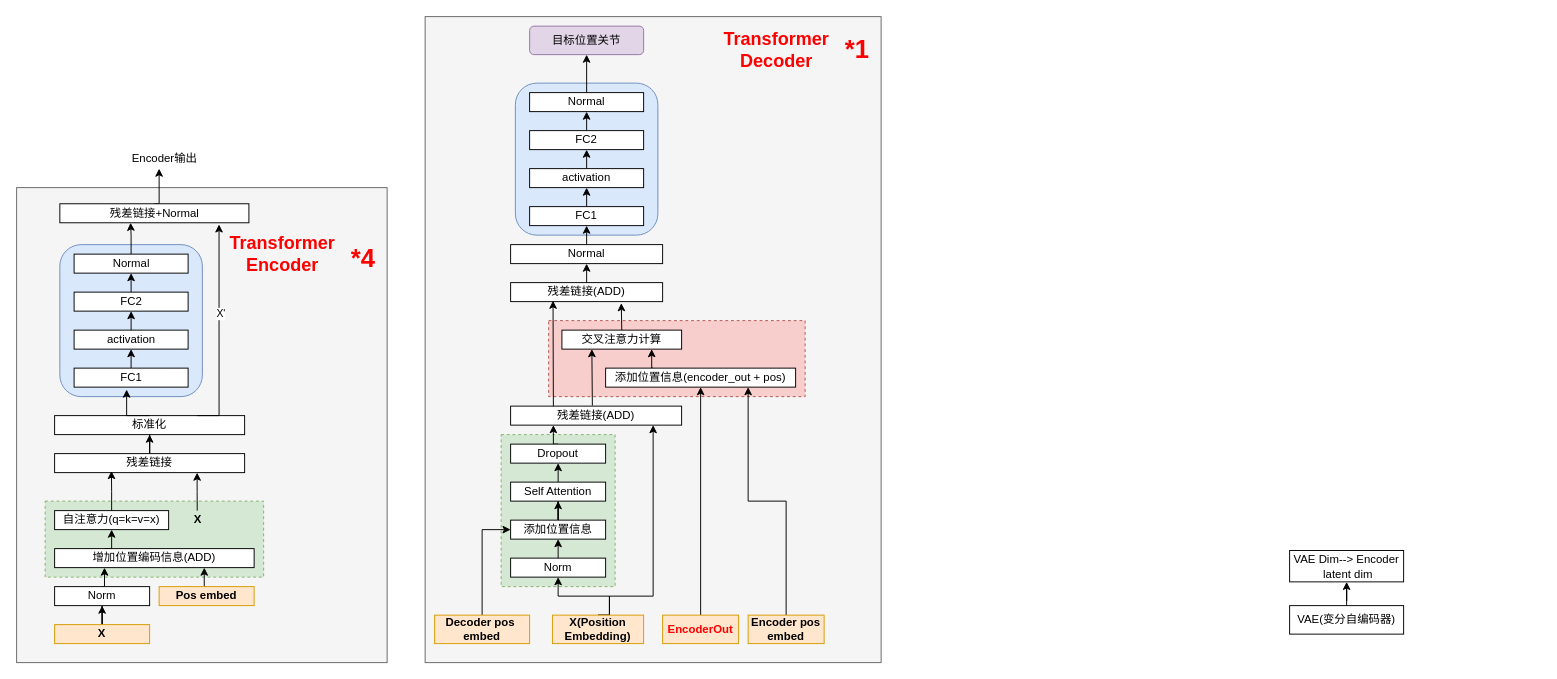
The draw.io diagram LLM/VLA/ACT-源码分析.drawio in mailonghua/drawio, before the edit. Source tidied: cells renumbered, new cells numbered last; positions are measured from the earlier drawing's top-left corner, leaving out a move shared by most shapes. Both pictures are drawn from the tidied source at 95%, with x=0, y=0 at pixel (16, 16).
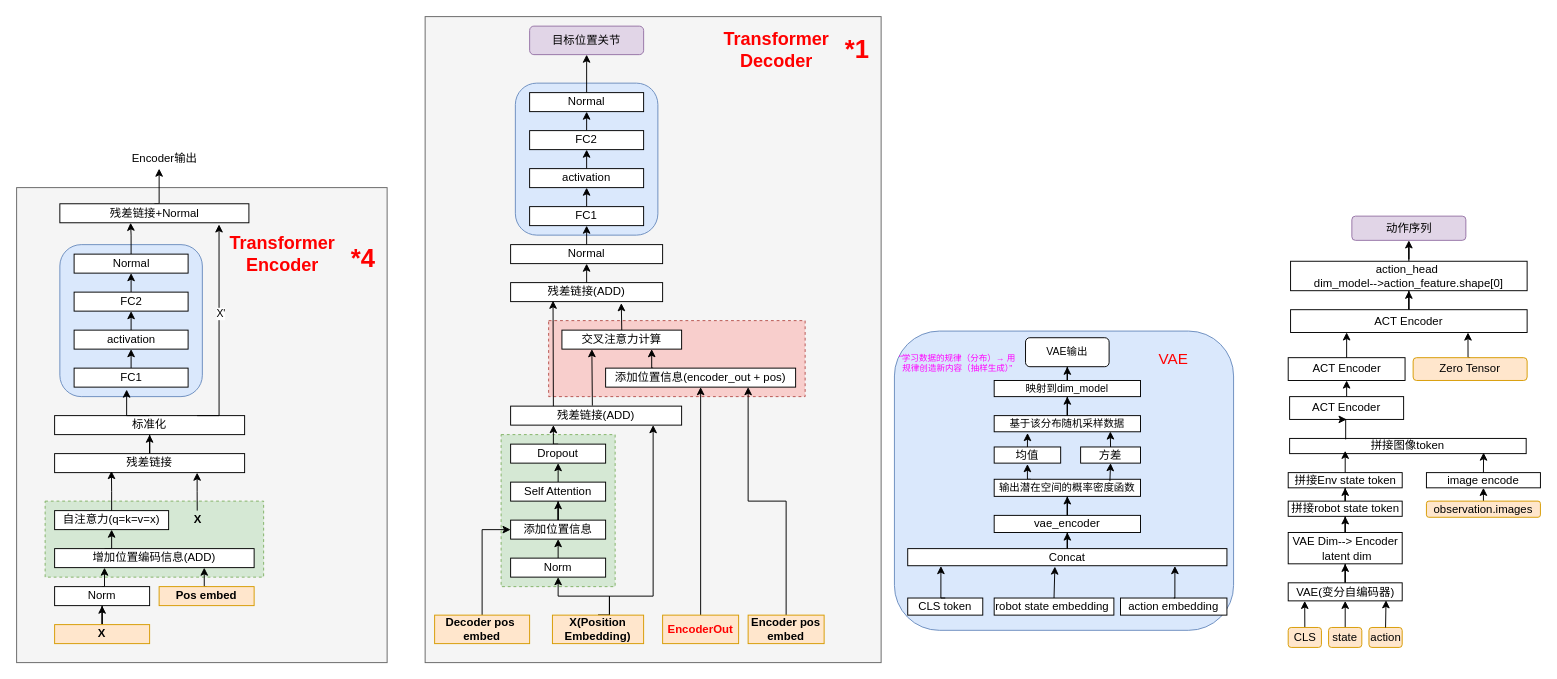
Above is the later version.

Commit message:
更新ACT-源码分析.drawio

The edit, as a diff of the source:
```diff
@@
+    <mxCell id="82" style="rounded=1;whiteSpace=wrap;html=1;fillColor=#dae8fc;strokeColor=#6c8ebf;" parent="1" vertex="1">
+      <mxGeometry x="924" y="331" width="357" height="315" as="geometry" />
+    </mxCell>
@@
     <mxCell id="80" value="VAE(变分自编码器)" style="rounded=0;whiteSpace=wrap;html=1;" parent="1" vertex="1">
-      <mxGeometry x="1340" y="620" width="120" height="30" as="geometry" />
+      <mxGeometry x="1338.5" y="596" width="120" height="19" as="geometry" />
     </mxCell>
+    <mxCell id="83" style="edgeStyle=orthogonalEdgeStyle;rounded=0;jettySize=auto;html=1;" parent="1" edge="1" source="81" target="85">
+      <mxGeometry relative="1" as="geometry" />
+    </mxCell>
     <mxCell id="81" value="VAE Dim--&amp;gt;&amp;nbsp;&lt;span style=&quot;background-color: transparent; color: light-dark(rgb(0, 0, 0), rgb(255, 255, 255));&quot;&gt;Encoder&lt;/span&gt;&lt;div&gt;&amp;nbsp;latent dim&lt;/div&gt;" style="rounded=0;whiteSpace=wrap;html=1;" parent="1" vertex="1">
-      <mxGeometry x="1340" y="562" width="120" height="33" as="geometry" />
+      <mxGeometry x="1338.5" y="543" width="120" height="33" as="geometry" />
     </mxCell>
+    <mxCell id="84" style="edgeStyle=orthogonalEdgeStyle;rounded=0;jettySize=auto;html=1;" parent="1" edge="1" source="85" target="86">
+      <mxGeometry relative="1" as="geometry" />
+    </mxCell>
+    <mxCell id="85" value="拼接robot state token" style="rounded=0;whiteSpace=wrap;html=1;" parent="1" vertex="1">
+      <mxGeometry x="1338.5" y="510" width="120" height="16" as="geometry" />
+    </mxCell>
+    <mxCell id="86" value="拼接Env state token" style="rounded=0;whiteSpace=wrap;html=1;" parent="1" vertex="1">
+      <mxGeometry x="1338.5" y="480" width="120" height="16" as="geometry" />
+    </mxCell>
+    <mxCell id="87" style="edgeStyle=orthogonalEdgeStyle;rounded=0;jettySize=auto;html=1;exitX=0.5;exitY=0;exitDx=0;exitDy=0;entryX=0.5;entryY=1;entryDx=0;entryDy=0;" parent="1" edge="1" source="88" target="109">
+      <mxGeometry relative="1" as="geometry" />
+    </mxCell>
+    <mxCell id="88" value="observation.images" style="rounded=1;whiteSpace=wrap;html=1;fillColor=#ffe6cc;strokeColor=#d79b00;" parent="1" vertex="1">
+      <mxGeometry x="1484" y="510" width="120" height="17" as="geometry" />
+    </mxCell>
+    <mxCell id="89" value="拼接图像token" style="rounded=0;whiteSpace=wrap;html=1;" parent="1" vertex="1">
+      <mxGeometry x="1340" y="444" width="249" height="16" as="geometry" />
+    </mxCell>
+    <mxCell id="90" style="edgeStyle=orthogonalEdgeStyle;rounded=0;jettySize=auto;html=1;exitX=0.5;exitY=0;exitDx=0;exitDy=0;entryX=0.5;entryY=1;entryDx=0;entryDy=0;" parent="1" edge="1" source="91" target="92">
+      <mxGeometry relative="1" as="geometry" />
+    </mxCell>
+    <mxCell id="91" value="ACT Encoder" style="rounded=0;whiteSpace=wrap;html=1;" parent="1" vertex="1">
+      <mxGeometry x="1340" y="400" width="120" height="24" as="geometry" />
+    </mxCell>
+    <mxCell id="92" value="ACT Encoder" style="rounded=0;whiteSpace=wrap;html=1;" parent="1" vertex="1">
+      <mxGeometry x="1338.5" y="359" width="123" height="24" as="geometry" />
+    </mxCell>
+    <mxCell id="93" style="edgeStyle=orthogonalEdgeStyle;rounded=0;jettySize=auto;html=1;" parent="1" edge="1" source="94" target="99">
+      <mxGeometry relative="1" as="geometry" />
+    </mxCell>
+    <mxCell id="94" value="ACT Encoder" style="rounded=0;whiteSpace=wrap;html=1;" parent="1" vertex="1">
+      <mxGeometry x="1341" y="308.5" width="249" height="24" as="geometry" />
+    </mxCell>
+    <mxCell id="95" style="edgeStyle=orthogonalEdgeStyle;rounded=0;jettySize=auto;html=1;exitX=0.5;exitY=0;exitDx=0;exitDy=0;entryX=0.75;entryY=1;entryDx=0;entryDy=0;" parent="1" edge="1" source="96" target="94">
+      <mxGeometry relative="1" as="geometry" />
+    </mxCell>
+    <mxCell id="96" value="Zero Tensor" style="rounded=1;whiteSpace=wrap;html=1;fillColor=#ffe6cc;strokeColor=#d79b00;" parent="1" vertex="1">
+      <mxGeometry x="1470" y="359" width="120" height="24" as="geometry" />
+    </mxCell>
+    <mxCell id="97" style="edgeStyle=orthogonalEdgeStyle;rounded=0;jettySize=auto;html=1;exitX=0.5;exitY=0;exitDx=0;exitDy=0;entryX=0.237;entryY=0.995;entryDx=0;entryDy=0;entryPerimeter=0;" parent="1" edge="1" source="92" target="94">
+      <mxGeometry relative="1" as="geometry" />
+    </mxCell>
+    <mxCell id="98" style="edgeStyle=orthogonalEdgeStyle;rounded=0;jettySize=auto;html=1;" parent="1" edge="1" source="99" target="100">
+      <mxGeometry relative="1" as="geometry" />
+    </mxCell>
+    <mxCell id="99" value="action_head&amp;nbsp;&lt;br&gt;dim_model--&amp;gt;action_feature.shape[0]" style="rounded=0;whiteSpace=wrap;html=1;" parent="1" vertex="1">
+      <mxGeometry x="1341" y="257.5" width="249" height="31" as="geometry" />
+    </mxCell>
+    <mxCell id="100" value="动作序列" style="whiteSpace=wrap;html=1;rounded=1;fillColor=#e1d5e7;strokeColor=#9673a6;" parent="1" vertex="1">
+      <mxGeometry x="1405.5" y="210" width="120" height="25.5" as="geometry" />
+    </mxCell>
+    <mxCell id="101" style="edgeStyle=orthogonalEdgeStyle;rounded=0;jettySize=auto;html=1;exitX=0.5;exitY=0;exitDx=0;exitDy=0;entryX=0.5;entryY=1;entryDx=0;entryDy=0;" parent="1" edge="1" source="102" target="80">
+      <mxGeometry relative="1" as="geometry" />
+    </mxCell>
+    <mxCell id="102" value="state" style="rounded=1;whiteSpace=wrap;html=1;fillColor=#ffe6cc;strokeColor=#d79b00;" parent="1" vertex="1">
+      <mxGeometry x="1381" y="643" width="35" height="21" as="geometry" />
+    </mxCell>
+    <mxCell id="103" value="action" style="rounded=1;whiteSpace=wrap;html=1;fillColor=#ffe6cc;strokeColor=#d79b00;" parent="1" vertex="1">
+      <mxGeometry x="1423.5" y="643" width="35" height="21" as="geometry" />
+    </mxCell>
+    <mxCell id="104" style="edgeStyle=orthogonalEdgeStyle;rounded=0;jettySize=auto;html=1;exitX=0.5;exitY=0;exitDx=0;exitDy=0;" parent="1" edge="1" source="105">
+      <mxGeometry relative="1" as="geometry">
+        <mxPoint x="1355.9" y="615" as="targetPoint" />
+      </mxGeometry>
+    </mxCell>
+    <mxCell id="105" value="CLS" style="rounded=1;whiteSpace=wrap;html=1;fillColor=#ffe6cc;strokeColor=#d79b00;" parent="1" vertex="1">
+      <mxGeometry x="1338.5" y="643" width="35" height="21" as="geometry" />
+    </mxCell>
+    <mxCell id="106" style="edgeStyle=orthogonalEdgeStyle;rounded=0;jettySize=auto;html=1;exitX=0.5;exitY=0;exitDx=0;exitDy=0;entryX=0.858;entryY=0.965;entryDx=0;entryDy=0;entryPerimeter=0;" parent="1" edge="1" source="103" target="80">
+      <mxGeometry relative="1" as="geometry" />
+    </mxCell>
+    <mxCell id="107" style="edgeStyle=orthogonalEdgeStyle;rounded=0;jettySize=auto;html=1;exitX=0.5;exitY=1;exitDx=0;exitDy=0;entryX=0.237;entryY=0.062;entryDx=0;entryDy=0;entryPerimeter=0;startArrow=classic;startFill=1;endArrow=none;endFill=0;" parent="1" edge="1" source="91" target="89">
+      <mxGeometry relative="1" as="geometry" />
+    </mxCell>
+    <mxCell id="108" style="edgeStyle=orthogonalEdgeStyle;rounded=0;jettySize=auto;html=1;exitX=0.5;exitY=0;exitDx=0;exitDy=0;entryX=0.235;entryY=0.813;entryDx=0;entryDy=0;entryPerimeter=0;" parent="1" edge="1" source="86" target="89">
+      <mxGeometry relative="1" as="geometry" />
+    </mxCell>
+    <mxCell id="109" value="image encode" style="rounded=0;whiteSpace=wrap;html=1;" parent="1" vertex="1">
+      <mxGeometry x="1484" y="480" width="120" height="16" as="geometry" />
+    </mxCell>
+    <mxCell id="110" style="edgeStyle=orthogonalEdgeStyle;rounded=0;jettySize=auto;html=1;exitX=0.5;exitY=0;exitDx=0;exitDy=0;entryX=0.82;entryY=0.931;entryDx=0;entryDy=0;entryPerimeter=0;" parent="1" edge="1" source="109" target="89">
+      <mxGeometry relative="1" as="geometry" />
+    </mxCell>
+    <mxCell id="111" value="CLS token" style="rounded=0;whiteSpace=wrap;html=1;" parent="1" vertex="1">
+      <mxGeometry x="938" y="612" width="79" height="18" as="geometry" />
+    </mxCell>
+    <mxCell id="112" value="robot state embedding&amp;nbsp;" style="rounded=0;whiteSpace=wrap;html=1;" parent="1" vertex="1">
+      <mxGeometry x="1029" y="612" width="126" height="18" as="geometry" />
+    </mxCell>
+    <mxCell id="113" value="action embedding" style="rounded=0;whiteSpace=wrap;html=1;" parent="1" vertex="1">
+      <mxGeometry x="1162" y="612" width="112" height="18" as="geometry" />
+    </mxCell>
+    <mxCell id="114" style="edgeStyle=orthogonalEdgeStyle;rounded=0;jettySize=auto;html=1;" parent="1" edge="1" source="115" target="120">
+      <mxGeometry relative="1" as="geometry" />
+    </mxCell>
+    <mxCell id="115" value="Concat" style="rounded=0;whiteSpace=wrap;html=1;" parent="1" vertex="1">
+      <mxGeometry x="938" y="560" width="336" height="18" as="geometry" />
+    </mxCell>
+    <mxCell id="116" style="edgeStyle=orthogonalEdgeStyle;rounded=0;jettySize=auto;html=1;exitX=0.5;exitY=0;exitDx=0;exitDy=0;entryX=0.104;entryY=1.019;entryDx=0;entryDy=0;entryPerimeter=0;" parent="1" edge="1" source="111" target="115">
+      <mxGeometry relative="1" as="geometry" />
+    </mxCell>
+    <mxCell id="117" style="edgeStyle=orthogonalEdgeStyle;rounded=0;jettySize=auto;html=1;exitX=0.5;exitY=0;exitDx=0;exitDy=0;entryX=0.837;entryY=1.019;entryDx=0;entryDy=0;entryPerimeter=0;" parent="1" edge="1" source="113" target="115">
+      <mxGeometry relative="1" as="geometry" />
+    </mxCell>
+    <mxCell id="118" style="edgeStyle=orthogonalEdgeStyle;rounded=0;jettySize=auto;html=1;exitX=0.5;exitY=0;exitDx=0;exitDy=0;entryX=0.461;entryY=1.049;entryDx=0;entryDy=0;entryPerimeter=0;" parent="1" edge="1" source="112" target="115">
+      <mxGeometry relative="1" as="geometry" />
+    </mxCell>
+    <mxCell id="119" style="edgeStyle=orthogonalEdgeStyle;rounded=0;jettySize=auto;html=1;" parent="1" edge="1" source="120" target="122">
+      <mxGeometry relative="1" as="geometry" />
+    </mxCell>
+    <mxCell id="120" value="vae_encoder" style="rounded=0;whiteSpace=wrap;html=1;" parent="1" vertex="1">
+      <mxGeometry x="1029" y="525" width="154" height="18" as="geometry" />
+    </mxCell>
+    <mxCell id="121" style="edgeStyle=orthogonalEdgeStyle;rounded=0;jettySize=auto;html=1;exitX=0.25;exitY=0;exitDx=0;exitDy=0;" parent="1" edge="1" source="122">
+      <mxGeometry relative="1" as="geometry">
+        <mxPoint x="1064" y="471" as="targetPoint" />
+      </mxGeometry>
+    </mxCell>
+    <mxCell id="122" value="输出潜在空间的概率密度函数" style="rounded=0;whiteSpace=wrap;html=1;fontSize=11;" parent="1" vertex="1">
+      <mxGeometry x="1029" y="487" width="154" height="18" as="geometry" />
+    </mxCell>
+    <mxCell id="123" value="均值" style="rounded=0;whiteSpace=wrap;html=1;" parent="1" vertex="1">
+      <mxGeometry x="1029" y="453" width="70" height="17" as="geometry" />
+    </mxCell>
+    <mxCell id="124" value="方差" style="rounded=0;whiteSpace=wrap;html=1;" parent="1" vertex="1">
+      <mxGeometry x="1120" y="453" width="63" height="17" as="geometry" />
+    </mxCell>
+    <mxCell id="125" style="edgeStyle=orthogonalEdgeStyle;rounded=0;jettySize=auto;html=1;exitX=0.5;exitY=1;exitDx=0;exitDy=0;entryX=0.791;entryY=0.105;entryDx=0;entryDy=0;entryPerimeter=0;startArrow=classic;startFill=1;endArrow=none;endFill=0;" parent="1" edge="1" source="124" target="122">
+      <mxGeometry relative="1" as="geometry" />
+    </mxCell>
+    <mxCell id="126" style="edgeStyle=orthogonalEdgeStyle;rounded=0;jettySize=auto;html=1;" parent="1" edge="1" source="127" target="131">
+      <mxGeometry relative="1" as="geometry" />
+    </mxCell>
+    <mxCell id="127" value="基于该分布随机采样数据" style="rounded=0;whiteSpace=wrap;html=1;fontSize=11;" parent="1" vertex="1">
+      <mxGeometry x="1029" y="420" width="154" height="17" as="geometry" />
+    </mxCell>
+    <mxCell id="128" style="edgeStyle=orthogonalEdgeStyle;rounded=0;jettySize=auto;html=1;exitX=0.5;exitY=0;exitDx=0;exitDy=0;entryX=0.228;entryY=1.078;entryDx=0;entryDy=0;entryPerimeter=0;" parent="1" edge="1" source="123" target="127">
+      <mxGeometry relative="1" as="geometry" />
+    </mxCell>
+    <mxCell id="129" style="edgeStyle=orthogonalEdgeStyle;rounded=0;jettySize=auto;html=1;exitX=0.5;exitY=0;exitDx=0;exitDy=0;entryX=0.794;entryY=0.98;entryDx=0;entryDy=0;entryPerimeter=0;" parent="1" edge="1" source="124" target="127">
+      <mxGeometry relative="1" as="geometry" />
+    </mxCell>
+    <mxCell id="130" style="edgeStyle=orthogonalEdgeStyle;rounded=0;jettySize=auto;html=1;" parent="1" edge="1" source="131" target="132">
+      <mxGeometry relative="1" as="geometry" />
+    </mxCell>
+    <mxCell id="131" value="映射到dim_model" style="rounded=0;whiteSpace=wrap;html=1;fontSize=11;" parent="1" vertex="1">
+      <mxGeometry x="1029" y="383" width="154" height="17" as="geometry" />
+    </mxCell>
+    <mxCell id="132" value="VAE输出" style="whiteSpace=wrap;html=1;fontSize=11;rounded=1;" parent="1" vertex="1">
+      <mxGeometry x="1062" y="338" width="88" height="30.5" as="geometry" />
+    </mxCell>
+    <mxCell id="133" value="VAE" style="text;strokeColor=none;align=center;fillColor=none;html=1;verticalAlign=middle;whiteSpace=wrap;rounded=0;fontColor=#FF0000;fontSize=16;" parent="1" vertex="1">
+      <mxGeometry x="1188" y="345" width="60" height="30" as="geometry" />
+    </mxCell>
+    <mxCell id="134" value="“学习数据的规律（分布）→ 用规律创造新内容（抽样生成）”" style="text;strokeColor=none;align=center;fillColor=none;html=1;verticalAlign=middle;whiteSpace=wrap;rounded=0;fontSize=9;fontColor=#FF00FF;" parent="1" vertex="1">
+      <mxGeometry x="924" y="350" width="133" height="30" as="geometry" />
+    </mxCell>
```
